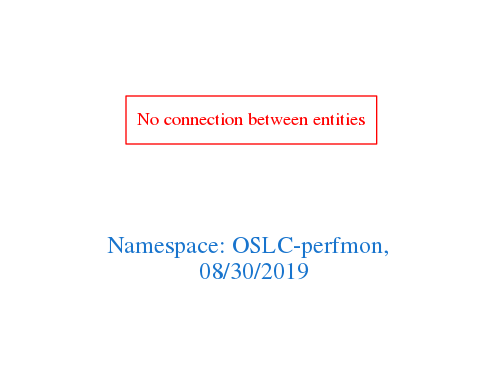
Above: downloads/OSLC-perfmon.png in arago/OGIT (Graphviz), before the change. Its source is kept beside it as downloads/OSLC-perfmon.dot.
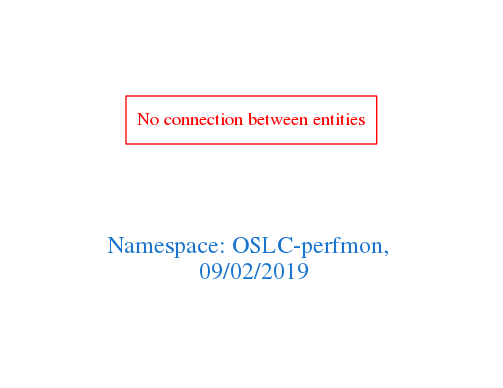
Above is the later version.

What changed in the source:
```diff
@@ -1,7 +1,7 @@
 digraph OGIT_ontology {
  graph [ rankdir= LR,pad=1
 fontsize = 18,
-fontcolor= dodgerblue3,label = "\n\n\nNamespace: OSLC-perfmon, \n 08/30/2019"];
+fontcolor= dodgerblue3,label = "\n\n\nNamespace: OSLC-perfmon, \n 09/02/2019"];
 node[shape=polygon];
 edge [  color="gray81"];
 
```
